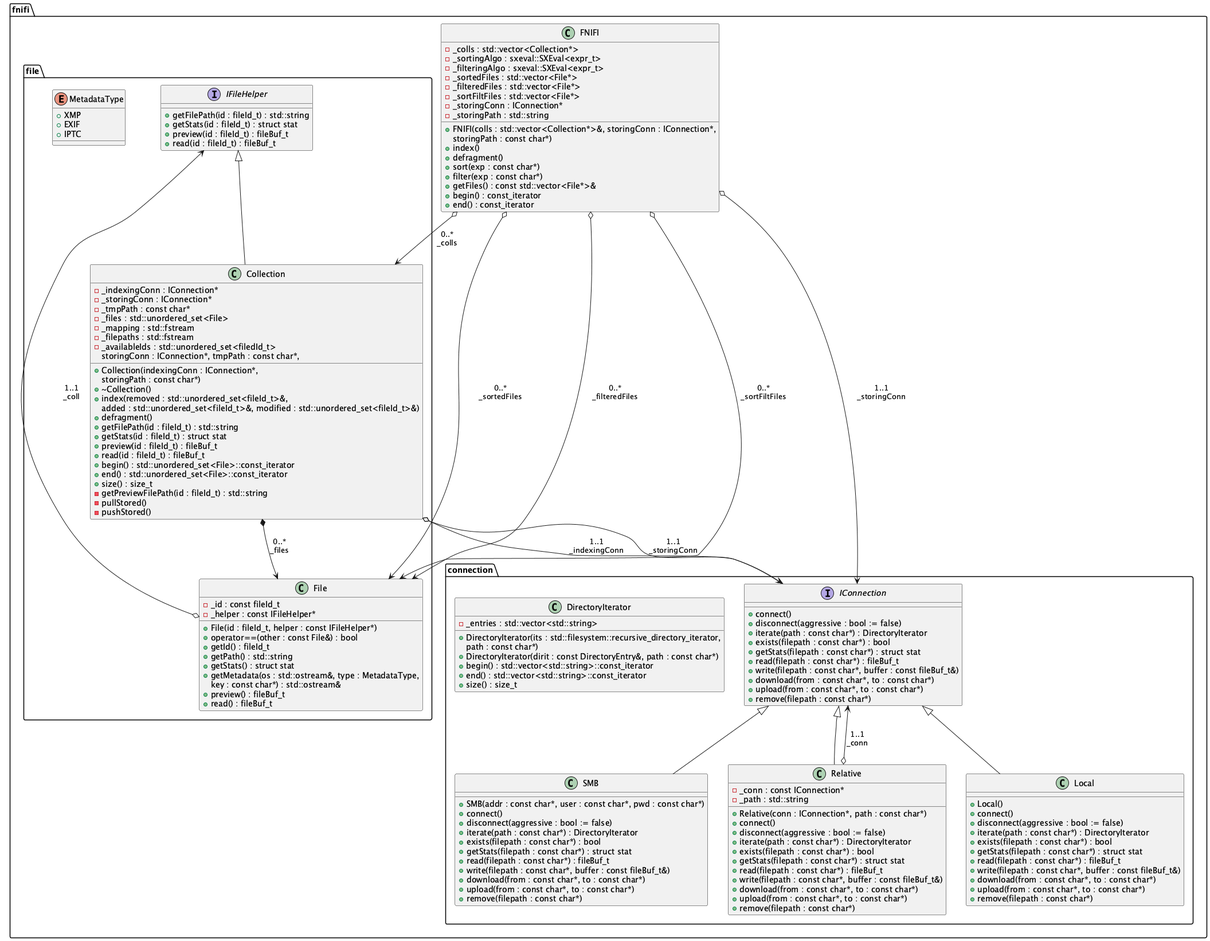
abadiet/FNIFI keeps this PlantUML diagram as resources/architecture.png. Above is the earlier version.
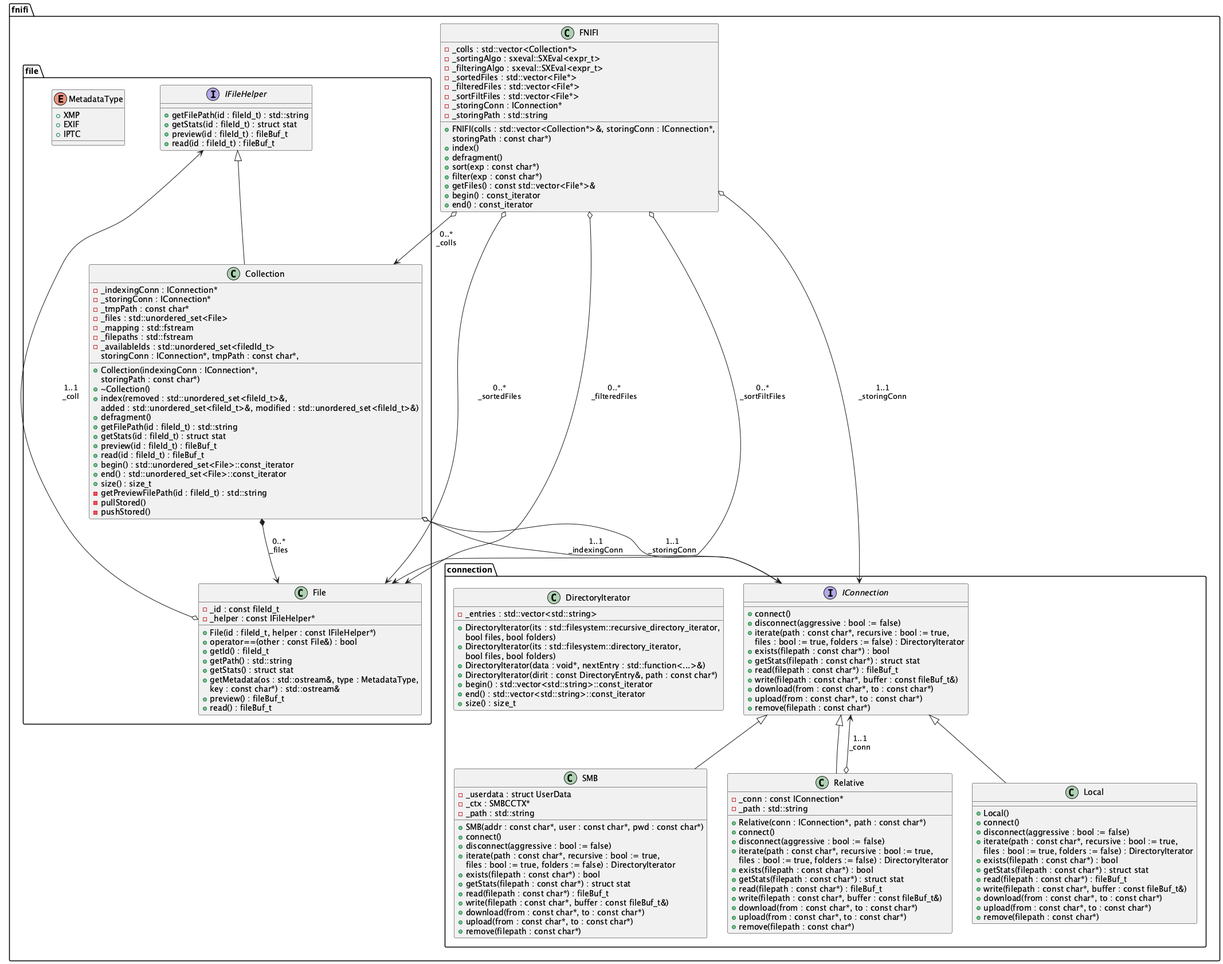
After the commit.

The edit, as a diff of the source:
```diff
@@ -81,7 +81,10 @@
         class DirectoryIterator {
             -_entries : std::vector<std::string>
             +DirectoryIterator(its : std::filesystem::recursive_directory_iterator,
-            path : const char*)
+            bool files, bool folders)
+            +DirectoryIterator(its : std::filesystem::directory_iterator,
+            bool files, bool folders)
+            +DirectoryIterator(data : void*, nextEntry : std::function<...>&)
             +DirectoryIterator(dirit : const DirectoryEntry&, path : const char*)
             +begin() : std::vector<std::string>::const_iterator
             +end() : std::vector<std::string>::const_iterator
@@ -91,7 +94,8 @@
         interface IConnection {
             +connect()
             +disconnect(aggressive : bool := false)
-            +iterate(path : const char*) : DirectoryIterator
+            +iterate(path : const char*, recursive : bool := true,
+            files : bool := true, folders := false) : DirectoryIterator
             +exists(filepath : const char*) : bool
             +getStats(filepath : const char*) : struct stat
             +read(filepath : const char*) : fileBuf_t
@@ -107,7 +111,8 @@
             +Relative(conn : IConnection*, path : const char*)
             +connect()
             +disconnect(aggressive : bool := false)
-            +iterate(path : const char*) : DirectoryIterator
+            +iterate(path : const char*, recursive : bool := true,
+            files : bool := true, folders := false) : DirectoryIterator
             +exists(filepath : const char*) : bool
             +getStats(filepath : const char*) : struct stat
             +read(filepath : const char*) : fileBuf_t
@@ -118,10 +123,14 @@
         }
 
         class SMB extends IConnection {
+            -_userdata : struct UserData
+            -_ctx : SMBCCTX*
+            -_path : std::string
             +SMB(addr : const char*, user : const char*, pwd : const char*)
             +connect()
             +disconnect(aggressive : bool := false)
-            +iterate(path : const char*) : DirectoryIterator
+            +iterate(path : const char*, recursive : bool := true,
+            files : bool := true, folders := false) : DirectoryIterator
             +exists(filepath : const char*) : bool
             +getStats(filepath : const char*) : struct stat
             +read(filepath : const char*) : fileBuf_t
@@ -135,7 +144,8 @@
             +Local()
             +connect()
             +disconnect(aggressive : bool := false)
-            +iterate(path : const char*) : DirectoryIterator
+            +iterate(path : const char*, recursive : bool := true,
+            files : bool := true, folders := false) : DirectoryIterator
             +exists(filepath : const char*) : bool
             +getStats(filepath : const char*) : struct stat
             +read(filepath : const char*) : fileBuf_t
```
